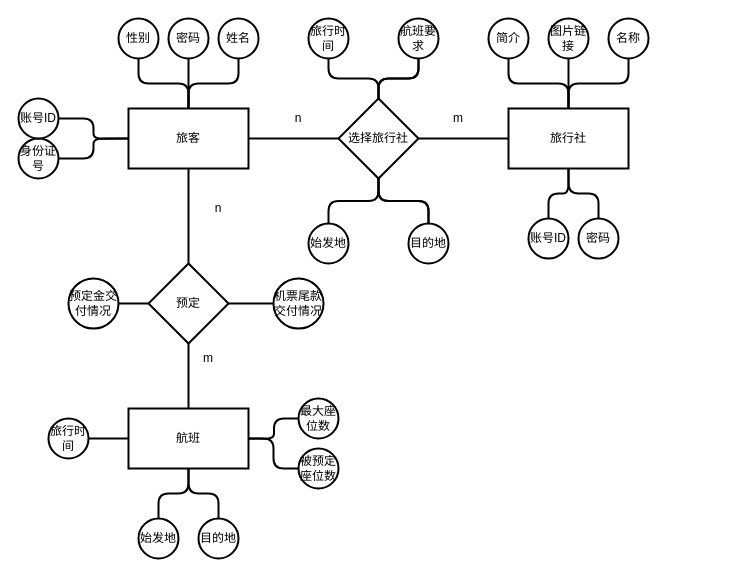
Before: ER图.drawio in fy-1223/FlightTicketSystem, a draw.io diagram. Source tidied: cells renumbered, new cells numbered last; positions are measured from the earlier drawing's top-left corner, leaving out a move shared by most shapes. Both pictures are drawn from the tidied source at 100%, with x=0, y=0 at pixel (18, 18).
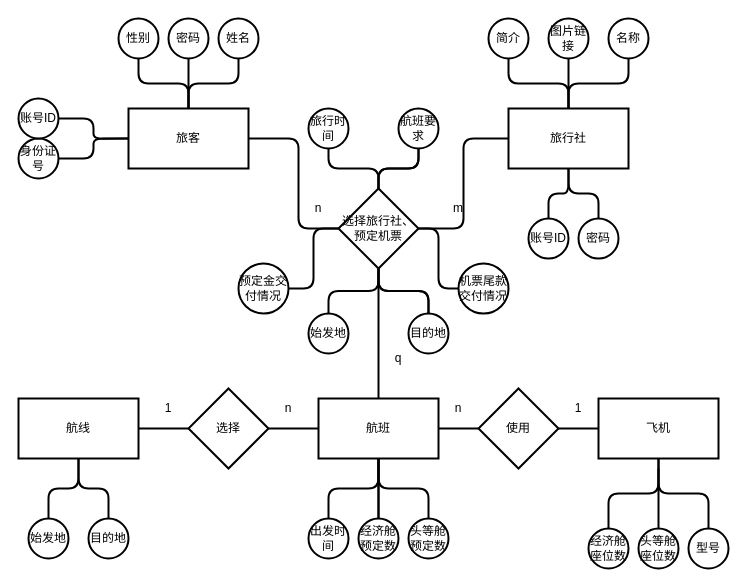
Above is the later version.

Commit message:
旅客、旅行社、航班转换为三元关系；增加航线、飞机实体

The change refers to these unchanged cells:
```xml
<mxCell id="4" value="旅客" style="rounded=0;whiteSpace=wrap;html=1;strokeWidth=2;" parent="1" vertex="1">
  <mxGeometry x="110" y="90" width="120" height="60" as="geometry" />
</mxCell>
```

Change to the diagram source:
```diff
@@
     <mxCell id="2" style="edgeStyle=orthogonalEdgeStyle;rounded=1;jettySize=auto;html=1;entryX=0;entryY=0.5;entryDx=0;entryDy=0;endArrow=none;endFill=0;strokeWidth=2;" parent="1" edge="1" source="4" target="15">
       <mxGeometry relative="1" as="geometry">
         <Array as="points">
-          <mxPoint x="240" y="120" />
-          <mxPoint x="240" y="120" />
+          <mxPoint x="280" y="120" />
+          <mxPoint x="280" y="210" />
         </Array>
       </mxGeometry>
     </mxCell>
-    <mxCell id="3" style="edgeStyle=orthogonalEdgeStyle;rounded=1;jettySize=auto;html=1;entryX=0.5;entryY=0;entryDx=0;entryDy=0;endArrow=none;endFill=0;strokeWidth=2;" parent="1" edge="1" source="4" target="48">
-      <mxGeometry relative="1" as="geometry" />
-    </mxCell>
@@
+    <mxCell id="59" style="edgeStyle=orthogonalEdgeStyle;rounded=1;jettySize=auto;html=1;entryX=0.5;entryY=1;entryDx=0;entryDy=0;strokeWidth=2;endFill=0;endArrow=none;" parent="1" edge="1" source="7" target="15">
+      <mxGeometry relative="1" as="geometry" />
+    </mxCell>
+    <mxCell id="60" style="edgeStyle=orthogonalEdgeStyle;rounded=1;jettySize=auto;html=1;entryX=0;entryY=0.5;entryDx=0;entryDy=0;strokeWidth=2;endFill=0;endArrow=none;" parent="1" edge="1" source="7" target="81">
+      <mxGeometry relative="1" as="geometry" />
+    </mxCell>
     <mxCell id="7" value="航班" style="rounded=0;whiteSpace=wrap;html=1;strokeWidth=2;" parent="1" vertex="1">
-      <mxGeometry x="110" y="390" width="120" height="60" as="geometry" />
+      <mxGeometry x="300" y="380" width="120" height="60" as="geometry" />
     </mxCell>
@@
-    <mxCell id="15" value="选择旅行社" style="rhombus;whiteSpace=wrap;html=1;strokeWidth=2;" parent="1" vertex="1">
-      <mxGeometry x="320" y="80" width="80" height="80" as="geometry" />
+    <mxCell id="15" value="选择旅行社、&lt;br&gt;预定机票" style="rhombus;whiteSpace=wrap;html=1;strokeWidth=2;" parent="1" vertex="1">
+      <mxGeometry x="320" y="170" width="80" height="80" as="geometry" />
     </mxCell>
     <mxCell id="16" value="n" style="text;html=1;strokeColor=none;fillColor=none;align=center;verticalAlign=middle;whiteSpace=wrap;rounded=0;" parent="1" vertex="1">
-      <mxGeometry x="260" y="90" width="40" height="20" as="geometry" />
+      <mxGeometry x="280" y="180" width="40" height="20" as="geometry" />
     </mxCell>
     <mxCell id="17" value="m" style="text;html=1;strokeColor=none;fillColor=none;align=center;verticalAlign=middle;whiteSpace=wrap;rounded=0;" parent="1" vertex="1">
-      <mxGeometry x="420" y="90" width="40" height="20" as="geometry" />
+      <mxGeometry x="420" y="180" width="40" height="20" as="geometry" />
     </mxCell>
@@
     <mxCell id="19" value="旅行时间" style="ellipse;whiteSpace=wrap;html=1;strokeWidth=2;" parent="1" vertex="1">
-      <mxGeometry x="290" width="40" height="40" as="geometry" />
+      <mxGeometry x="290" y="90" width="40" height="40" as="geometry" />
     </mxCell>
@@
     <mxCell id="22" value="始发地" style="ellipse;whiteSpace=wrap;html=1;strokeWidth=2;" parent="1" vertex="1">
-      <mxGeometry x="290" y="205" width="40" height="40" as="geometry" />
+      <mxGeometry x="290" y="295" width="40" height="40" as="geometry" />
     </mxCell>
@@
-    <mxCell id="25" style="edgeStyle=orthogonalEdgeStyle;rounded=1;jettySize=auto;html=1;entryX=0;entryY=0.5;entryDx=0;entryDy=0;endArrow=none;endFill=0;strokeWidth=2;" parent="1" edge="1" source="26" target="48">
-      <mxGeometry relative="1" as="geometry" />
-    </mxCell>
+    <mxCell id="61" style="edgeStyle=orthogonalEdgeStyle;rounded=1;jettySize=auto;html=1;strokeWidth=2;endFill=0;endArrow=none;" parent="1" edge="1" source="26" target="15">
+      <mxGeometry relative="1" as="geometry" />
+    </mxCell>
     <mxCell id="26" value="预定金交付情况" style="ellipse;whiteSpace=wrap;html=1;strokeWidth=2;" parent="1" vertex="1">
-      <mxGeometry x="50" y="260" width="50" height="50" as="geometry" />
+      <mxGeometry x="220" y="245" width="50" height="50" as="geometry" />
     </mxCell>
@@
-    <mxCell id="28" style="edgeStyle=orthogonalEdgeStyle;rounded=1;jettySize=auto;html=1;entryX=1;entryY=0.5;entryDx=0;entryDy=0;endArrow=none;endFill=0;strokeWidth=2;" parent="1" edge="1" source="29" target="48">
-      <mxGeometry relative="1" as="geometry" />
-    </mxCell>
+    <mxCell id="62" style="edgeStyle=orthogonalEdgeStyle;rounded=1;jettySize=auto;html=1;strokeWidth=2;endFill=0;endArrow=none;" parent="1" edge="1" source="29" target="15">
+      <mxGeometry relative="1" as="geometry" />
+    </mxCell>
     <mxCell id="29" value="机票尾款交付情况" style="ellipse;whiteSpace=wrap;html=1;strokeWidth=2;" parent="1" vertex="1">
-      <mxGeometry x="255" y="260" width="50" height="50" as="geometry" />
+      <mxGeometry x="440" y="245" width="50" height="50" as="geometry" />
     </mxCell>
     <mxCell id="30" value="航班要求" style="ellipse;whiteSpace=wrap;html=1;strokeWidth=2;" parent="1" vertex="1">
-      <mxGeometry x="380" width="40" height="40" as="geometry" />
+      <mxGeometry x="380" y="90" width="40" height="40" as="geometry" />
     </mxCell>
     <mxCell id="31" value="目的地" style="ellipse;whiteSpace=wrap;html=1;strokeWidth=2;" parent="1" vertex="1">
-      <mxGeometry x="390" y="205" width="40" height="40" as="geometry" />
+      <mxGeometry x="390" y="295" width="40" height="40" as="geometry" />
     </mxCell>
@@
-    <mxCell id="45" style="edgeStyle=orthogonalEdgeStyle;rounded=1;jettySize=auto;html=1;entryX=0.5;entryY=1;entryDx=0;entryDy=0;endArrow=none;endFill=0;strokeWidth=2;" parent="1" edge="1" source="46" target="7">
-      <mxGeometry relative="1" as="geometry" />
-    </mxCell>
+    <mxCell id="63" style="edgeStyle=orthogonalEdgeStyle;rounded=1;jettySize=auto;html=1;entryX=0.5;entryY=1;entryDx=0;entryDy=0;strokeWidth=2;endFill=0;endArrow=none;" parent="1" edge="1" source="46" target="68">
+      <mxGeometry relative="1" as="geometry" />
+    </mxCell>
     <mxCell id="46" value="始发地" style="ellipse;whiteSpace=wrap;html=1;strokeWidth=2;" parent="1" vertex="1">
-      <mxGeometry x="120" y="500" width="40" height="40" as="geometry" />
+      <mxGeometry x="10" y="500" width="40" height="40" as="geometry" />
     </mxCell>
-    <mxCell id="47" style="edgeStyle=orthogonalEdgeStyle;rounded=1;jettySize=auto;html=1;entryX=0.5;entryY=0;entryDx=0;entryDy=0;endArrow=none;endFill=0;strokeWidth=2;" parent="1" edge="1" source="48" target="7">
-      <mxGeometry relative="1" as="geometry" />
-    </mxCell>
-    <mxCell id="48" value="预定" style="rhombus;whiteSpace=wrap;html=1;strokeWidth=2;" parent="1" vertex="1">
-      <mxGeometry x="130" y="245" width="80" height="80" as="geometry" />
-    </mxCell>
-    <mxCell id="49" value="m" style="text;html=1;strokeColor=none;fillColor=none;align=center;verticalAlign=middle;whiteSpace=wrap;rounded=0;" parent="1" vertex="1">
-      <mxGeometry x="170" y="330" width="40" height="20" as="geometry" />
+    <mxCell id="49" value="q" style="text;html=1;strokeColor=none;fillColor=none;align=center;verticalAlign=middle;whiteSpace=wrap;rounded=0;" parent="1" vertex="1">
+      <mxGeometry x="360" y="330" width="40" height="20" as="geometry" />
     </mxCell>
     <mxCell id="50" value="n" style="text;html=1;strokeColor=none;fillColor=none;align=center;verticalAlign=middle;whiteSpace=wrap;rounded=0;" parent="1" vertex="1">
-      <mxGeometry x="180" y="180" width="40" height="20" as="geometry" />
+      <mxGeometry x="250" y="380" width="40" height="20" as="geometry" />
     </mxCell>
-    <mxCell id="51" style="edgeStyle=orthogonalEdgeStyle;rounded=1;jettySize=auto;html=1;entryX=0.5;entryY=1;entryDx=0;entryDy=0;endArrow=none;endFill=0;strokeWidth=2;" parent="1" edge="1" source="52" target="7">
-      <mxGeometry relative="1" as="geometry" />
-    </mxCell>
+    <mxCell id="64" style="edgeStyle=orthogonalEdgeStyle;rounded=1;jettySize=auto;html=1;entryX=0.5;entryY=1;entryDx=0;entryDy=0;strokeWidth=2;endFill=0;endArrow=none;" parent="1" edge="1" source="52" target="68">
+      <mxGeometry relative="1" as="geometry" />
+    </mxCell>
     <mxCell id="52" value="目的地" style="ellipse;whiteSpace=wrap;html=1;strokeWidth=2;" parent="1" vertex="1">
-      <mxGeometry x="180" y="500" width="40" height="40" as="geometry" />
+      <mxGeometry x="70" y="500" width="40" height="40" as="geometry" />
     </mxCell>
-    <mxCell id="53" style="edgeStyle=orthogonalEdgeStyle;rounded=1;jettySize=auto;html=1;entryX=0;entryY=0.5;entryDx=0;entryDy=0;endArrow=none;endFill=0;strokeWidth=2;" parent="1" edge="1" source="54" target="7">
+    <mxCell id="53" style="edgeStyle=orthogonalEdgeStyle;rounded=1;jettySize=auto;html=1;entryX=0.5;entryY=1;entryDx=0;entryDy=0;strokeWidth=2;endFill=0;endArrow=none;" parent="1" edge="1" source="54" target="7">
       <mxGeometry relative="1" as="geometry" />
     </mxCell>
-    <mxCell id="54" value="旅行时间" style="ellipse;whiteSpace=wrap;html=1;strokeWidth=2;" parent="1" vertex="1">
-      <mxGeometry x="30" y="400" width="40" height="40" as="geometry" />
+    <mxCell id="54" value="出发时间" style="ellipse;whiteSpace=wrap;html=1;strokeWidth=2;" parent="1" vertex="1">
+      <mxGeometry x="290" y="500" width="40" height="40" as="geometry" />
     </mxCell>
-    <mxCell id="55" style="edgeStyle=orthogonalEdgeStyle;rounded=1;jettySize=auto;html=1;endArrow=none;endFill=0;strokeWidth=2;" parent="1" edge="1" source="56">
-      <mxGeometry relative="1" as="geometry">
-        <mxPoint x="230" y="420" as="targetPoint" />
-      </mxGeometry>
-    </mxCell>
+    <mxCell id="65" style="edgeStyle=orthogonalEdgeStyle;rounded=1;jettySize=auto;html=1;entryX=0.5;entryY=1;entryDx=0;entryDy=0;strokeWidth=2;endFill=0;endArrow=none;" parent="1" edge="1" source="56" target="69">
+      <mxGeometry relative="1" as="geometry" />
+    </mxCell>
-    <mxCell id="56" value="最大座位数" style="ellipse;whiteSpace=wrap;html=1;strokeWidth=2;" parent="1" vertex="1">
-      <mxGeometry x="280" y="380" width="40" height="40" as="geometry" />
+    <mxCell id="56" value="经济舱座位数" style="ellipse;whiteSpace=wrap;html=1;strokeWidth=2;" parent="1" vertex="1">
+      <mxGeometry x="570" y="510" width="40" height="40" as="geometry" />
     </mxCell>
-    <mxCell id="57" style="edgeStyle=orthogonalEdgeStyle;rounded=1;jettySize=auto;html=1;endArrow=none;endFill=0;strokeWidth=2;" parent="1" edge="1" source="58" target="7">
-      <mxGeometry relative="1" as="geometry" />
-    </mxCell>
+    <mxCell id="66" style="edgeStyle=orthogonalEdgeStyle;rounded=1;jettySize=auto;html=1;strokeWidth=2;endFill=0;endArrow=none;" parent="1" edge="1" source="58">
+      <mxGeometry relative="1" as="geometry">
+        <mxPoint x="640" y="450" as="targetPoint" />
+      </mxGeometry>
+    </mxCell>
-    <mxCell id="58" value="被预定座位数" style="ellipse;whiteSpace=wrap;html=1;strokeWidth=2;" parent="1" vertex="1">
-      <mxGeometry x="280" y="430" width="40" height="40" as="geometry" />
+    <mxCell id="58" value="头等舱座位数" style="ellipse;whiteSpace=wrap;html=1;strokeWidth=2;" parent="1" vertex="1">
+      <mxGeometry x="620" y="510" width="40" height="40" as="geometry" />
     </mxCell>
+    <mxCell id="67" style="edgeStyle=orthogonalEdgeStyle;rounded=1;jettySize=auto;html=1;entryX=0;entryY=0.5;entryDx=0;entryDy=0;strokeWidth=2;endFill=0;endArrow=none;" parent="1" edge="1" source="68" target="78">
+      <mxGeometry relative="1" as="geometry" />
+    </mxCell>
+    <mxCell id="68" value="航线" style="rounded=0;whiteSpace=wrap;html=1;strokeWidth=2;" parent="1" vertex="1">
+      <mxGeometry y="380" width="120" height="60" as="geometry" />
+    </mxCell>
+    <mxCell id="69" value="飞机" style="rounded=0;whiteSpace=wrap;html=1;strokeWidth=2;" parent="1" vertex="1">
+      <mxGeometry x="580" y="380" width="120" height="60" as="geometry" />
+    </mxCell>
+    <mxCell id="70" style="edgeStyle=orthogonalEdgeStyle;rounded=1;jettySize=auto;html=1;entryX=0.5;entryY=1;entryDx=0;entryDy=0;strokeWidth=2;endFill=0;endArrow=none;" parent="1" edge="1" source="71" target="69">
+      <mxGeometry relative="1" as="geometry" />
+    </mxCell>
+    <mxCell id="71" value="型号" style="ellipse;whiteSpace=wrap;html=1;strokeWidth=2;" parent="1" vertex="1">
+      <mxGeometry x="670" y="510" width="40" height="40" as="geometry" />
+    </mxCell>
+    <mxCell id="72" style="edgeStyle=orthogonalEdgeStyle;rounded=1;jettySize=auto;html=1;entryX=0.5;entryY=1;entryDx=0;entryDy=0;strokeWidth=2;endFill=0;endArrow=none;" parent="1" edge="1" source="74" target="7">
+      <mxGeometry relative="1" as="geometry" />
+    </mxCell>
+    <mxCell id="73" style="edgeStyle=orthogonalEdgeStyle;rounded=1;jettySize=auto;html=1;strokeWidth=2;endFill=0;endArrow=none;" parent="1" edge="1" source="74" target="7">
+      <mxGeometry relative="1" as="geometry" />
+    </mxCell>
+    <mxCell id="74" value="经济舱预定数" style="ellipse;whiteSpace=wrap;html=1;strokeWidth=2;" parent="1" vertex="1">
+      <mxGeometry x="340" y="500" width="40" height="40" as="geometry" />
+    </mxCell>
+    <mxCell id="75" style="edgeStyle=orthogonalEdgeStyle;rounded=1;jettySize=auto;html=1;strokeWidth=2;endFill=0;endArrow=none;" parent="1" edge="1" source="76">
+      <mxGeometry relative="1" as="geometry">
+        <mxPoint x="360" y="440" as="targetPoint" />
+        <Array as="points">
+          <mxPoint x="410" y="470" />
+          <mxPoint x="360" y="470" />
+        </Array>
+      </mxGeometry>
+    </mxCell>
+    <mxCell id="76" value="头等舱预定数" style="ellipse;whiteSpace=wrap;html=1;strokeWidth=2;" parent="1" vertex="1">
+      <mxGeometry x="390" y="500" width="40" height="40" as="geometry" />
+    </mxCell>
+    <mxCell id="77" style="edgeStyle=orthogonalEdgeStyle;rounded=1;jettySize=auto;html=1;entryX=0;entryY=0.5;entryDx=0;entryDy=0;strokeWidth=2;endFill=0;endArrow=none;" parent="1" edge="1" source="78" target="7">
+      <mxGeometry relative="1" as="geometry" />
+    </mxCell>
+    <mxCell id="78" value="选择" style="rhombus;whiteSpace=wrap;html=1;strokeWidth=2;" parent="1" vertex="1">
+      <mxGeometry x="170" y="370" width="80" height="80" as="geometry" />
+    </mxCell>
+    <mxCell id="79" value="1" style="text;html=1;strokeColor=none;fillColor=none;align=center;verticalAlign=middle;whiteSpace=wrap;rounded=0;" parent="1" vertex="1">
+      <mxGeometry x="130" y="380" width="40" height="20" as="geometry" />
+    </mxCell>
+    <mxCell id="80" style="edgeStyle=orthogonalEdgeStyle;rounded=1;jettySize=auto;html=1;entryX=0;entryY=0.5;entryDx=0;entryDy=0;strokeWidth=2;endFill=0;endArrow=none;" parent="1" edge="1" source="81" target="69">
+      <mxGeometry relative="1" as="geometry" />
+    </mxCell>
+    <mxCell id="81" value="使用" style="rhombus;whiteSpace=wrap;html=1;strokeWidth=2;" parent="1" vertex="1">
+      <mxGeometry x="460" y="370" width="80" height="80" as="geometry" />
+    </mxCell>
+    <mxCell id="82" value="1" style="text;html=1;strokeColor=none;fillColor=none;align=center;verticalAlign=middle;whiteSpace=wrap;rounded=0;" parent="1" vertex="1">
+      <mxGeometry x="540" y="380" width="40" height="20" as="geometry" />
+    </mxCell>
+    <mxCell id="83" value="n" style="text;html=1;strokeColor=none;fillColor=none;align=center;verticalAlign=middle;whiteSpace=wrap;rounded=0;" parent="1" vertex="1">
+      <mxGeometry x="420" y="380" width="40" height="20" as="geometry" />
+    </mxCell>
```
